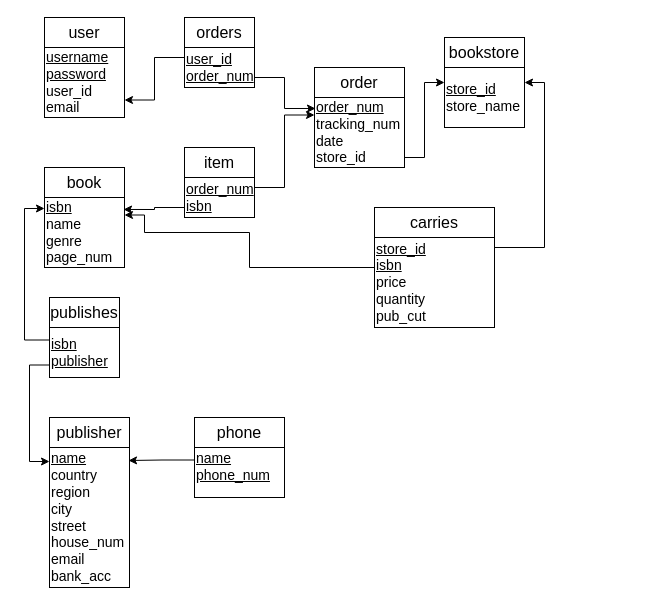
The draw.io diagram Report/images/SchemaDiagram.drawio in AdamPayzant/COMP3005_Project, before the edit. Source tidied: cells renumbered, new cells numbered last; positions are measured from the earlier drawing's top-left corner, leaving out a move shared by most shapes. Both pictures are drawn from the tidied source at 100%, with x=0, y=0 at pixel (44, 17).
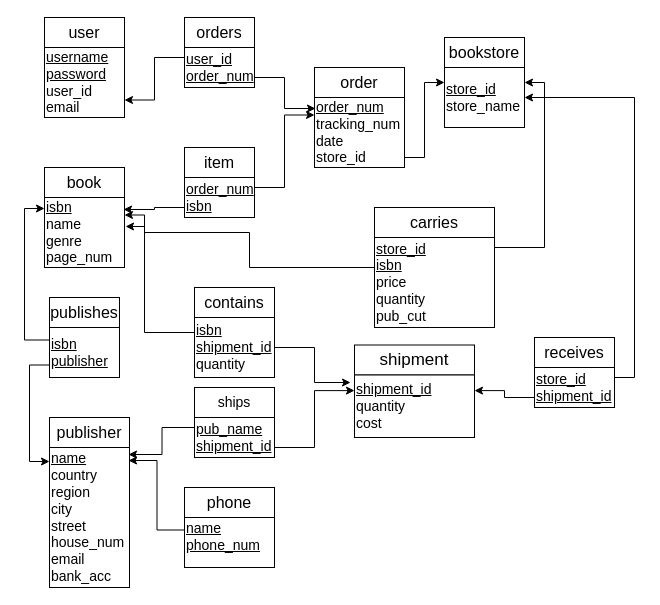
Above is the later version.

Commit message (it also covers changes not shown here):
Finished ER, Relations, and Diagram in Report

Unchanged cells that the change refers to:
```xml
<mxCell id="3" value="&lt;font style=&quot;font-size: 14px&quot;&gt;&lt;u&gt;isbn&lt;/u&gt;&lt;/font&gt;&lt;div style=&quot;font-size: 14px&quot;&gt;&lt;font style=&quot;font-size: 14px&quot;&gt;name&lt;/font&gt;&lt;/div&gt;&lt;div style=&quot;font-size: 14px&quot;&gt;&lt;font style=&quot;font-size: 14px&quot;&gt;genre&lt;/font&gt;&lt;/div&gt;&lt;div style=&quot;font-size: 14px&quot;&gt;&lt;font style=&quot;font-size: 14px&quot;&gt;page_num&lt;br&gt;&lt;/font&gt;&lt;/div&gt;" style="rounded=0;whiteSpace=wrap;html=1;align=left;" parent="1" vertex="1">
  <mxGeometry y="180" width="80" height="70" as="geometry" />
</mxCell>
<mxCell id="22" value="&lt;div style=&quot;font-size: 14px&quot; align=&quot;left&quot;&gt;&lt;font style=&quot;font-size: 14px&quot;&gt;&lt;u&gt;name&lt;br&gt;&lt;/u&gt;&lt;/font&gt;&lt;/div&gt;&lt;div style=&quot;font-size: 14px&quot; align=&quot;left&quot;&gt;&lt;font style=&quot;font-size: 14px&quot;&gt;country&lt;/font&gt;&lt;/div&gt;&lt;div style=&quot;font-size: 14px&quot; align=&quot;left&quot;&gt;&lt;font style=&quot;font-size: 14px&quot;&gt;region&lt;br&gt;&lt;/font&gt;&lt;/div&gt;&lt;div style=&quot;font-size: 14px&quot; align=&quot;left&quot;&gt;&lt;font style=&quot;font-size: 14px&quot;&gt;city&lt;/font&gt;&lt;/div&gt;&lt;div style=&quot;font-size: 14px&quot; align=&quot;left&quot;&gt;&lt;font style=&quot;font-size: 14px&quot;&gt;street&lt;/font&gt;&lt;/div&gt;&lt;div style=&quot;font-size: 14px&quot; align=&quot;left&quot;&gt;&lt;font style=&quot;font-size: 14px&quot;&gt;house_num&lt;br&gt;&lt;/font&gt;&lt;/div&gt;&lt;div style=&quot;font-size: 14px&quot; align=&quot;left&quot;&gt;email&lt;/div&gt;&lt;div style=&quot;font-size: 14px&quot; align=&quot;left&quot;&gt;bank_acc&lt;br&gt;&lt;font style=&quot;font-size: 14px&quot;&gt;&lt;u&gt;&lt;/u&gt;&lt;/font&gt;&lt;/div&gt;" style="rounded=0;whiteSpace=wrap;html=1;align=left;" parent="1" vertex="1">
  <mxGeometry x="5" y="430" width="80" height="140" as="geometry" />
</mxCell>
<mxCell id="27" value="&lt;div style=&quot;font-size: 14px&quot; align=&quot;left&quot;&gt;&lt;u&gt;store_id&lt;br&gt;&lt;/u&gt;&lt;/div&gt;&lt;div style=&quot;font-size: 14px&quot; align=&quot;left&quot;&gt;store_name&lt;br&gt;&lt;u&gt;&lt;/u&gt;&lt;/div&gt;" style="rounded=0;whiteSpace=wrap;html=1;align=left;" parent="1" vertex="1">
  <mxGeometry x="400" y="50" width="80" height="60" as="geometry" />
</mxCell>
```

The edit, as a diff of the source:
```diff
@@
     <mxCell id="23" value="&lt;font style=&quot;font-size: 16px&quot;&gt;phone&lt;br&gt;&lt;/font&gt;" style="rounded=0;whiteSpace=wrap;html=1;" parent="1" vertex="1">
-      <mxGeometry x="150" y="400" width="90" height="30" as="geometry" />
+      <mxGeometry x="140" y="470" width="90" height="30" as="geometry" />
     </mxCell>
@@
     <mxCell id="25" value="&lt;div style=&quot;font-size: 14px&quot; align=&quot;left&quot;&gt;&lt;font style=&quot;font-size: 14px&quot;&gt;&lt;br&gt;&lt;/font&gt;&lt;/div&gt;&lt;div style=&quot;font-size: 14px&quot; align=&quot;left&quot;&gt;&lt;font style=&quot;font-size: 14px&quot;&gt;&lt;u&gt;name&lt;/u&gt;&lt;/font&gt;&lt;/div&gt;&lt;div style=&quot;font-size: 14px&quot; align=&quot;left&quot;&gt;&lt;font style=&quot;font-size: 14px&quot;&gt;&lt;u&gt;phone_num&lt;/u&gt;&lt;br&gt;&lt;/font&gt;&lt;/div&gt;&lt;div&gt;&lt;br&gt;&lt;/div&gt;&lt;div&gt;&lt;br&gt;&lt;/div&gt;" style="rounded=0;whiteSpace=wrap;html=1;align=left;" parent="1" vertex="1">
-      <mxGeometry x="150" y="430" width="90" height="50" as="geometry" />
+      <mxGeometry x="140" y="500" width="90" height="50" as="geometry" />
     </mxCell>
@@
+    <mxCell id="32" value="&lt;font style=&quot;font-size: 17px&quot;&gt;shipment&lt;br&gt;&lt;/font&gt;" style="rounded=0;whiteSpace=wrap;html=1;" parent="1" vertex="1">
+      <mxGeometry x="310" y="327.5" width="120" height="30" as="geometry" />
+    </mxCell>
+    <mxCell id="33" value="&lt;font style=&quot;font-size: 14px&quot;&gt;&lt;u&gt;shipment_id&lt;br&gt;&lt;/u&gt;&lt;/font&gt;&lt;div style=&quot;font-size: 14px&quot;&gt;&lt;font style=&quot;font-size: 14px&quot;&gt;quantity&lt;br&gt;&lt;/font&gt;&lt;/div&gt;&lt;div style=&quot;font-size: 14px&quot;&gt;&lt;font style=&quot;font-size: 14px&quot;&gt;cost&lt;/font&gt;&lt;/div&gt;" style="rounded=0;whiteSpace=wrap;html=1;align=left;" parent="1" vertex="1">
+      <mxGeometry x="310" y="357.5" width="120" height="62.5" as="geometry" />
+    </mxCell>
+    <mxCell id="34" value="&lt;font style=&quot;font-size: 14px&quot;&gt;ships&lt;br&gt;&lt;/font&gt;" style="rounded=0;whiteSpace=wrap;html=1;" parent="1" vertex="1">
+      <mxGeometry x="150" y="370" width="80" height="30" as="geometry" />
+    </mxCell>
+    <mxCell id="35" style="edgeStyle=orthogonalEdgeStyle;rounded=0;jettySize=auto;html=1;exitX=1;exitY=0.75;exitDx=0;exitDy=0;entryX=0;entryY=0.25;entryDx=0;entryDy=0;endArrow=classic;endFill=1;" parent="1" edge="1" source="37" target="33">
+      <mxGeometry relative="1" as="geometry" />
+    </mxCell>
+    <mxCell id="36" style="edgeStyle=orthogonalEdgeStyle;rounded=0;jettySize=auto;html=1;exitX=0;exitY=0.25;exitDx=0;exitDy=0;entryX=0.988;entryY=0.05;entryDx=0;entryDy=0;entryPerimeter=0;endArrow=classic;endFill=1;" parent="1" edge="1" source="37" target="22">
+      <mxGeometry relative="1" as="geometry" />
+    </mxCell>
+    <mxCell id="37" value="&lt;div style=&quot;font-size: 14px&quot;&gt;&lt;font style=&quot;font-size: 14px&quot;&gt;&lt;u&gt;pub_name&lt;/u&gt;&lt;/font&gt;&lt;/div&gt;&lt;div style=&quot;font-size: 14px&quot;&gt;&lt;font style=&quot;font-size: 14px&quot;&gt;&lt;u&gt;shipment_id&lt;br&gt;&lt;/u&gt;&lt;/font&gt;&lt;/div&gt;" style="rounded=0;whiteSpace=wrap;html=1;align=left;" parent="1" vertex="1">
+      <mxGeometry x="150" y="400" width="80" height="40" as="geometry" />
+    </mxCell>
+    <mxCell id="38" value="&lt;font style=&quot;font-size: 16px&quot;&gt;contains&lt;br&gt;&lt;/font&gt;" style="rounded=0;whiteSpace=wrap;html=1;" parent="1" vertex="1">
+      <mxGeometry x="150" y="270" width="80" height="30" as="geometry" />
+    </mxCell>
+    <mxCell id="39" style="edgeStyle=orthogonalEdgeStyle;rounded=0;jettySize=auto;html=1;exitX=1;exitY=0.5;exitDx=0;exitDy=0;entryX=-0.033;entryY=0.12;entryDx=0;entryDy=0;entryPerimeter=0;endArrow=classic;endFill=1;" parent="1" edge="1" source="41" target="33">
+      <mxGeometry relative="1" as="geometry" />
+    </mxCell>
+    <mxCell id="40" style="edgeStyle=orthogonalEdgeStyle;rounded=0;jettySize=auto;html=1;exitX=0;exitY=0.25;exitDx=0;exitDy=0;entryX=1.013;entryY=0.414;entryDx=0;entryDy=0;entryPerimeter=0;endArrow=classic;endFill=1;" parent="1" edge="1" source="41" target="3">
+      <mxGeometry relative="1" as="geometry">
+        <Array as="points">
+          <mxPoint x="100" y="315" />
+          <mxPoint x="100" y="209" />
+        </Array>
+      </mxGeometry>
+    </mxCell>
+    <mxCell id="41" value="&lt;font style=&quot;font-size: 14px&quot;&gt;&lt;u&gt;isbn&lt;br&gt;&lt;/u&gt;&lt;/font&gt;&lt;div style=&quot;font-size: 14px&quot;&gt;&lt;font style=&quot;font-size: 14px&quot;&gt;&lt;u&gt;shipment_id&lt;br&gt;&lt;/u&gt;&lt;/font&gt;&lt;/div&gt;&lt;div style=&quot;font-size: 14px&quot;&gt;&lt;font style=&quot;font-size: 14px&quot;&gt;quantity&lt;br&gt;&lt;/font&gt;&lt;/div&gt;" style="rounded=0;whiteSpace=wrap;html=1;align=left;" parent="1" vertex="1">
+      <mxGeometry x="150" y="300" width="80" height="60" as="geometry" />
+    </mxCell>
+    <mxCell id="42" value="&lt;font style=&quot;font-size: 16px&quot;&gt;receives&lt;br&gt;&lt;/font&gt;" style="rounded=0;whiteSpace=wrap;html=1;" parent="1" vertex="1">
+      <mxGeometry x="490" y="320" width="80" height="30" as="geometry" />
+    </mxCell>
+    <mxCell id="43" style="edgeStyle=orthogonalEdgeStyle;rounded=0;jettySize=auto;html=1;exitX=1;exitY=0.25;exitDx=0;exitDy=0;entryX=1;entryY=0.5;entryDx=0;entryDy=0;endArrow=classic;endFill=1;" parent="1" edge="1" source="45" target="27">
+      <mxGeometry relative="1" as="geometry" />
+    </mxCell>
+    <mxCell id="44" style="edgeStyle=orthogonalEdgeStyle;rounded=0;jettySize=auto;html=1;exitX=0;exitY=0.75;exitDx=0;exitDy=0;entryX=1;entryY=0.25;entryDx=0;entryDy=0;endArrow=classic;endFill=1;" parent="1" edge="1" source="45" target="33">
+      <mxGeometry relative="1" as="geometry" />
+    </mxCell>
+    <mxCell id="45" value="&lt;div style=&quot;font-size: 14px&quot;&gt;&lt;font style=&quot;font-size: 14px&quot;&gt;&lt;u&gt;store_id&lt;br&gt;&lt;/u&gt;&lt;/font&gt;&lt;/div&gt;&lt;div style=&quot;font-size: 14px&quot;&gt;&lt;font style=&quot;font-size: 14px&quot;&gt;&lt;u&gt;shipment_id&lt;br&gt;&lt;/u&gt;&lt;/font&gt;&lt;/div&gt;" style="rounded=0;whiteSpace=wrap;html=1;align=left;" parent="1" vertex="1">
+      <mxGeometry x="490" y="350" width="80" height="40" as="geometry" />
+    </mxCell>
```
